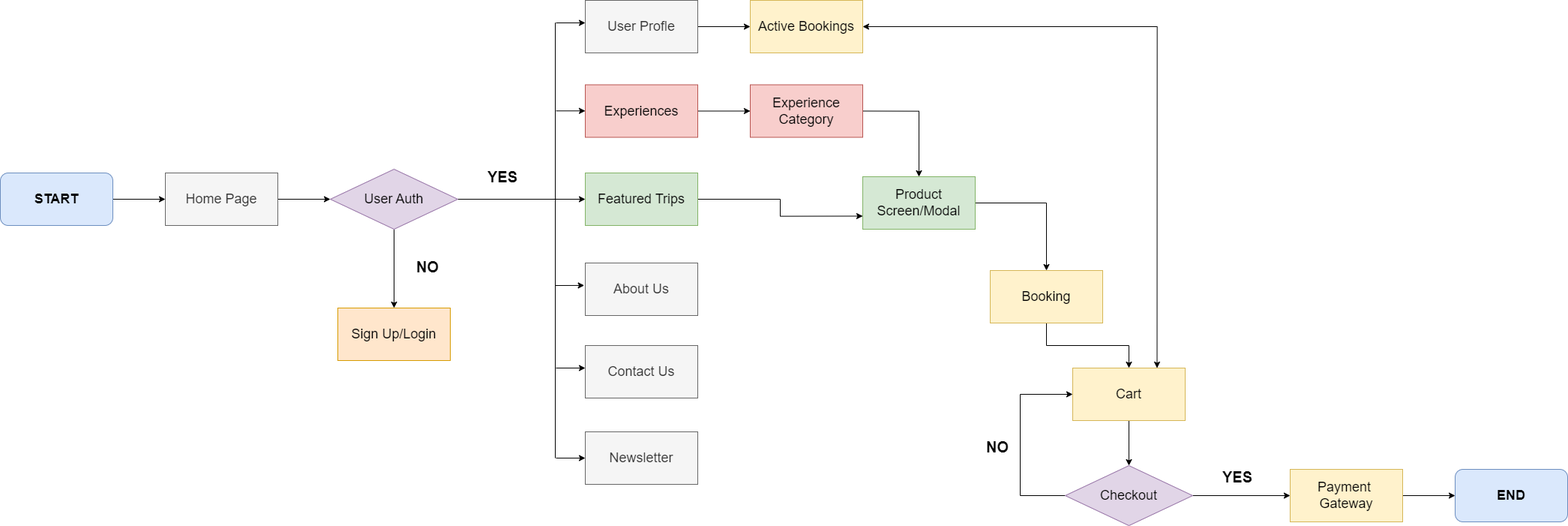
The draw.io diagram img/diagram/SEAGoWhere_Userflow.drawio.png in Rushifx/SEAgowhere, before a commit. Source tidied: cells renumbered, new cells last; positions are measured from the earlier drawing's top-left corner, leaving out a move shared by most shapes.
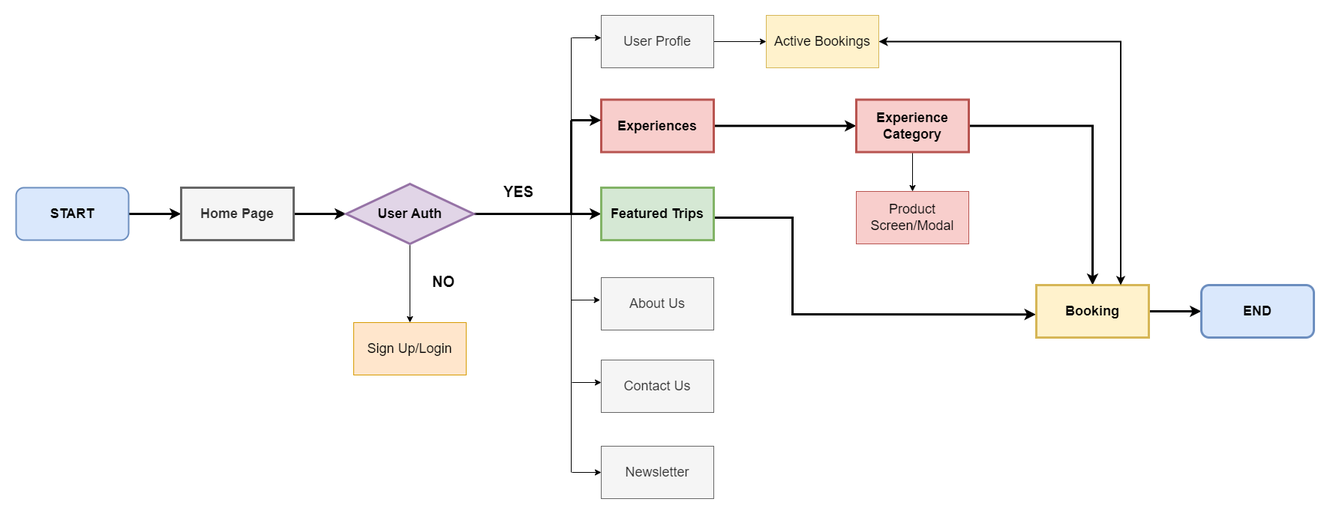
Above is the later version.

What changed in the source:
```diff
@@ -2,25 +2,25 @@
   <root>
     <mxCell id="0" />
     <mxCell id="1" parent="0" />
-    <mxCell id="2" style="edgeStyle=orthogonalEdgeStyle;rounded=0;jettySize=auto;html=1;" parent="1" edge="1" source="3" target="5">
+    <mxCell id="2" style="edgeStyle=orthogonalEdgeStyle;rounded=0;jettySize=auto;html=1;strokeWidth=3;" parent="1" edge="1" source="3" target="5">
       <mxGeometry relative="1" as="geometry" />
     </mxCell>
-    <mxCell id="3" value="&lt;font style=&quot;font-size: 18px;&quot;&gt;&lt;b&gt;START&lt;br&gt;&lt;/b&gt;&lt;/font&gt;" style="rounded=1;whiteSpace=wrap;html=1;fillColor=#dae8fc;strokeColor=#6c8ebf;" parent="1" vertex="1">
+    <mxCell id="3" value="&lt;font style=&quot;font-size: 18px;&quot;&gt;&lt;b&gt;START&lt;br&gt;&lt;/b&gt;&lt;/font&gt;" style="rounded=1;whiteSpace=wrap;html=1;fillColor=#dae8fc;strokeColor=#6c8ebf;strokeWidth=2;" parent="1" vertex="1">
       <mxGeometry y="230" width="150" height="70" as="geometry" />
     </mxCell>
-    <mxCell id="4" style="edgeStyle=orthogonalEdgeStyle;rounded=0;jettySize=auto;html=1;entryX=0;entryY=0.5;entryDx=0;entryDy=0;" parent="1" edge="1" source="5" target="8">
+    <mxCell id="4" style="edgeStyle=orthogonalEdgeStyle;rounded=0;jettySize=auto;html=1;entryX=0;entryY=0.5;entryDx=0;entryDy=0;strokeWidth=3;" parent="1" edge="1" source="5" target="8">
       <mxGeometry relative="1" as="geometry" />
     </mxCell>
-    <mxCell id="5" value="&lt;font style=&quot;font-size: 18px;&quot;&gt;Home Page&lt;/font&gt;" style="rounded=0;whiteSpace=wrap;html=1;fillColor=#f5f5f5;fontColor=#333333;strokeColor=#666666;" parent="1" vertex="1">
+    <mxCell id="5" value="&lt;font style=&quot;font-size: 18px;&quot;&gt;&lt;b&gt;Home Page&lt;/b&gt;&lt;/font&gt;" style="rounded=0;whiteSpace=wrap;html=1;fillColor=#f5f5f5;fontColor=#333333;strokeColor=#666666;strokeWidth=3;" parent="1" vertex="1">
       <mxGeometry x="220" y="230" width="150" height="70" as="geometry" />
     </mxCell>
     <mxCell id="6" style="edgeStyle=orthogonalEdgeStyle;rounded=0;jettySize=auto;html=1;" parent="1" edge="1" source="8" target="9">
       <mxGeometry relative="1" as="geometry" />
     </mxCell>
-    <mxCell id="7" style="edgeStyle=orthogonalEdgeStyle;rounded=0;jettySize=auto;html=1;" parent="1" edge="1" source="8" target="14">
+    <mxCell id="7" style="edgeStyle=orthogonalEdgeStyle;rounded=0;jettySize=auto;html=1;strokeWidth=3;" parent="1" edge="1" source="8" target="14">
       <mxGeometry relative="1" as="geometry" />
     </mxCell>
-    <mxCell id="8" value="&lt;font style=&quot;font-size: 18px;&quot;&gt;User Auth&lt;/font&gt;" style="rhombus;whiteSpace=wrap;html=1;fillColor=#e1d5e7;strokeColor=#9673a6;" parent="1" vertex="1">
+    <mxCell id="8" value="&lt;font style=&quot;font-size: 18px;&quot;&gt;&lt;b&gt;User Auth&lt;/b&gt;&lt;/font&gt;" style="rhombus;whiteSpace=wrap;html=1;fillColor=#e1d5e7;strokeColor=#9673a6;strokeWidth=3;" parent="1" vertex="1">
       <mxGeometry x="440" y="225" width="170" height="80" as="geometry" />
     </mxCell>
     <mxCell id="9" value="&lt;font style=&quot;font-size: 18px;&quot;&gt;Sign Up/Login&lt;/font&gt;" style="rounded=0;whiteSpace=wrap;html=1;fillColor=#ffe6cc;strokeColor=#d79b00;" parent="1" vertex="1">
@@ -29,16 +29,22 @@
     <mxCell id="10" value="&lt;font size=&quot;1&quot; style=&quot;&quot;&gt;&lt;b style=&quot;font-size: 20px;&quot;&gt;NO&lt;/b&gt;&lt;/font&gt;" style="text;html=1;align=center;verticalAlign=middle;whiteSpace=wrap;rounded=0;" parent="1" vertex="1">
       <mxGeometry x="540" y="340" width="60" height="30" as="geometry" />
     </mxCell>
-    <mxCell id="11" style="edgeStyle=orthogonalEdgeStyle;rounded=0;jettySize=auto;html=1;" parent="1" edge="1" source="12" target="18">
+    <mxCell id="11" style="edgeStyle=orthogonalEdgeStyle;rounded=0;jettySize=auto;html=1;strokeWidth=3;" parent="1" edge="1" source="12" target="18">
       <mxGeometry relative="1" as="geometry" />
     </mxCell>
-    <mxCell id="12" value="&lt;span style=&quot;font-size: 18px;&quot;&gt;Experiences&lt;/span&gt;" style="rounded=0;whiteSpace=wrap;html=1;fillColor=#f8cecc;strokeColor=#b85450;" parent="1" vertex="1">
+    <mxCell id="12" value="&lt;span style=&quot;font-size: 18px;&quot;&gt;&lt;b&gt;Experiences&lt;/b&gt;&lt;/span&gt;" style="rounded=0;whiteSpace=wrap;html=1;fillColor=#f8cecc;strokeColor=#b85450;strokeWidth=3;" parent="1" vertex="1">
       <mxGeometry x="780" y="112.5" width="150" height="70" as="geometry" />
     </mxCell>
-    <mxCell id="13" style="edgeStyle=orthogonalEdgeStyle;rounded=0;jettySize=auto;html=1;exitX=1;exitY=0.5;exitDx=0;exitDy=0;entryX=0;entryY=0.75;entryDx=0;entryDy=0;" parent="1" edge="1" source="14" target="23">
-      <mxGeometry relative="1" as="geometry" />
-    </mxCell>
+    <mxCell id="46" style="edgeStyle=orthogonalEdgeStyle;rounded=0;jettySize=auto;html=1;entryX=-0.004;entryY=0.559;entryDx=0;entryDy=0;entryPerimeter=0;strokeWidth=3;" parent="1" edge="1" target="28">
+      <mxGeometry relative="1" as="geometry">
+        <mxPoint x="915" y="270" as="sourcePoint" />
+        <Array as="points">
+          <mxPoint x="1035" y="270" />
+          <mxPoint x="1035" y="399" />
+        </Array>
+      </mxGeometry>
+    </mxCell>
-    <mxCell id="14" value="&lt;span style=&quot;font-size: 18px;&quot;&gt;Featured Trips&lt;/span&gt;" style="rounded=0;whiteSpace=wrap;html=1;fillColor=#d5e8d4;strokeColor=#82b366;" parent="1" vertex="1">
+    <mxCell id="14" value="&lt;span style=&quot;font-size: 18px;&quot;&gt;&lt;b&gt;Featured Trips&lt;/b&gt;&lt;/span&gt;" style="rounded=0;whiteSpace=wrap;html=1;fillColor=#d5e8d4;strokeColor=#82b366;strokeWidth=3;" parent="1" vertex="1">
       <mxGeometry x="780" y="230" width="150" height="70" as="geometry" />
     </mxCell>
     <mxCell id="15" style="edgeStyle=orthogonalEdgeStyle;rounded=0;jettySize=auto;html=1;" parent="1" edge="1" source="16" target="37">
@@ -47,26 +53,17 @@
     <mxCell id="16" value="&lt;span style=&quot;font-size: 18px;&quot;&gt;User Profle&lt;/span&gt;" style="rounded=0;whiteSpace=wrap;html=1;fillColor=#f5f5f5;fontColor=#333333;strokeColor=#666666;" parent="1" vertex="1">
       <mxGeometry x="780" width="150" height="70" as="geometry" />
     </mxCell>
-    <mxCell id="17" style="edgeStyle=orthogonalEdgeStyle;rounded=0;jettySize=auto;html=1;exitX=1;exitY=0.5;exitDx=0;exitDy=0;entryX=0.5;entryY=0;entryDx=0;entryDy=0;" parent="1" edge="1" source="18" target="23">
+    <mxCell id="17" style="edgeStyle=orthogonalEdgeStyle;rounded=0;jettySize=auto;html=1;" parent="1" edge="1" source="18" target="23">
       <mxGeometry relative="1" as="geometry" />
     </mxCell>
+    <mxCell id="47" style="edgeStyle=orthogonalEdgeStyle;rounded=0;jettySize=auto;html=1;entryX=0.5;entryY=0;entryDx=0;entryDy=0;strokeWidth=3;" parent="1" edge="1" source="18" target="28">
+      <mxGeometry relative="1" as="geometry" />
+    </mxCell>
-    <mxCell id="18" value="&lt;span style=&quot;font-size: 18px;&quot;&gt;Experience Category&lt;/span&gt;" style="rounded=0;whiteSpace=wrap;html=1;fillColor=#f8cecc;strokeColor=#b85450;" parent="1" vertex="1">
-      <mxGeometry x="1000" y="112.5" width="150" height="70" as="geometry" />
+    <mxCell id="18" value="&lt;span style=&quot;font-size: 18px;&quot;&gt;&lt;b&gt;Experience Category&lt;/b&gt;&lt;/span&gt;" style="rounded=0;whiteSpace=wrap;html=1;fillColor=#f8cecc;strokeColor=#b85450;strokeWidth=3;" parent="1" vertex="1">
+      <mxGeometry x="1120" y="112.5" width="150" height="70" as="geometry" />
     </mxCell>
-    <mxCell id="19" style="edgeStyle=orthogonalEdgeStyle;rounded=0;jettySize=auto;html=1;" parent="1" edge="1" source="21" target="31">
-      <mxGeometry relative="1" as="geometry" />
-    </mxCell>
-    <mxCell id="20" style="edgeStyle=orthogonalEdgeStyle;rounded=0;jettySize=auto;html=1;exitX=0.75;exitY=0;exitDx=0;exitDy=0;entryX=1;entryY=0.5;entryDx=0;entryDy=0;startArrow=classic;startFill=1;" parent="1" edge="1" source="21" target="37">
-      <mxGeometry relative="1" as="geometry" />
-    </mxCell>
-    <mxCell id="21" value="&lt;span style=&quot;font-size: 18px;&quot;&gt;Cart&lt;/span&gt;" style="rounded=0;whiteSpace=wrap;html=1;fillColor=#fff2cc;strokeColor=#d6b656;" parent="1" vertex="1">
-      <mxGeometry x="1430" y="490" width="150" height="70" as="geometry" />
-    </mxCell>
-    <mxCell id="22" style="edgeStyle=orthogonalEdgeStyle;rounded=0;jettySize=auto;html=1;exitX=1;exitY=0.5;exitDx=0;exitDy=0;entryX=0.5;entryY=0;entryDx=0;entryDy=0;" parent="1" edge="1" source="23" target="28">
-      <mxGeometry relative="1" as="geometry" />
-    </mxCell>
-    <mxCell id="23" value="&lt;span style=&quot;font-size: 18px;&quot;&gt;Product Screen/Modal&lt;/span&gt;" style="rounded=0;whiteSpace=wrap;html=1;fillColor=#d5e8d4;strokeColor=#82b366;" parent="1" vertex="1">
-      <mxGeometry x="1150" y="235" width="150" height="70" as="geometry" />
+    <mxCell id="23" value="&lt;span style=&quot;font-size: 18px;&quot;&gt;Product Screen/Modal&lt;/span&gt;" style="rounded=0;whiteSpace=wrap;html=1;fillColor=#f8cecc;strokeColor=#b85450;" parent="1" vertex="1">
+      <mxGeometry x="1120" y="235" width="150" height="70" as="geometry" />
     </mxCell>
     <mxCell id="24" value="&lt;span style=&quot;font-size: 18px;&quot;&gt;Newsletter&lt;/span&gt;" style="rounded=0;whiteSpace=wrap;html=1;fillColor=#f5f5f5;fontColor=#333333;strokeColor=#666666;" parent="1" vertex="1">
       <mxGeometry x="780" y="575" width="150" height="70" as="geometry" />
@@ -77,41 +74,18 @@
     <mxCell id="26" value="&lt;span style=&quot;font-size: 18px;&quot;&gt;Contact Us&lt;/span&gt;" style="rounded=0;whiteSpace=wrap;html=1;fillColor=#f5f5f5;fontColor=#333333;strokeColor=#666666;" parent="1" vertex="1">
       <mxGeometry x="780" y="460" width="150" height="70" as="geometry" />
     </mxCell>
-    <mxCell id="27" style="edgeStyle=orthogonalEdgeStyle;rounded=0;jettySize=auto;html=1;exitX=0.5;exitY=1;exitDx=0;exitDy=0;entryX=0.5;entryY=0;entryDx=0;entryDy=0;" parent="1" edge="1" source="28" target="21">
-      <mxGeometry relative="1" as="geometry" />
-    </mxCell>
+    <mxCell id="48" style="edgeStyle=orthogonalEdgeStyle;rounded=0;jettySize=auto;html=1;strokeWidth=3;" parent="1" edge="1" source="28" target="36">
+      <mxGeometry relative="1" as="geometry" />
+    </mxCell>
-    <mxCell id="28" value="&lt;span style=&quot;font-size: 18px;&quot;&gt;Booking&lt;/span&gt;" style="rounded=0;whiteSpace=wrap;html=1;fillColor=#fff2cc;strokeColor=#d6b656;" parent="1" vertex="1">
-      <mxGeometry x="1320" y="360" width="150" height="70" as="geometry" />
+    <mxCell id="28" value="&lt;span style=&quot;font-size: 18px;&quot;&gt;&lt;b&gt;Booking&lt;/b&gt;&lt;/span&gt;" style="rounded=0;whiteSpace=wrap;html=1;fillColor=#fff2cc;strokeColor=#d6b656;strokeWidth=3;" parent="1" vertex="1">
+      <mxGeometry x="1360" y="360" width="150" height="70" as="geometry" />
     </mxCell>
-    <mxCell id="29" style="edgeStyle=orthogonalEdgeStyle;rounded=0;jettySize=auto;html=1;" parent="1" edge="1" source="31" target="33">
-      <mxGeometry relative="1" as="geometry" />
-    </mxCell>
-    <mxCell id="30" style="edgeStyle=orthogonalEdgeStyle;rounded=0;jettySize=auto;html=1;entryX=0;entryY=0.5;entryDx=0;entryDy=0;" parent="1" edge="1" source="31" target="21">
-      <mxGeometry relative="1" as="geometry">
-        <Array as="points">
-          <mxPoint x="1360" y="660" />
-          <mxPoint x="1360" y="525" />
-        </Array>
-      </mxGeometry>
-    </mxCell>
-    <mxCell id="31" value="&lt;font style=&quot;font-size: 18px;&quot;&gt;Checkout&lt;/font&gt;" style="rhombus;whiteSpace=wrap;html=1;fillColor=#e1d5e7;strokeColor=#9673a6;" parent="1" vertex="1">
-      <mxGeometry x="1420" y="620" width="170" height="80" as="geometry" />
-    </mxCell>
-    <mxCell id="32" style="edgeStyle=orthogonalEdgeStyle;rounded=0;jettySize=auto;html=1;" parent="1" edge="1" source="33" target="36">
-      <mxGeometry relative="1" as="geometry" />
-    </mxCell>
-    <mxCell id="33" value="&lt;span style=&quot;font-size: 18px;&quot;&gt;Payment&amp;nbsp;&lt;/span&gt;&lt;div&gt;&lt;span style=&quot;font-size: 18px;&quot;&gt;Gateway&lt;/span&gt;&lt;/div&gt;" style="rounded=0;whiteSpace=wrap;html=1;fillColor=#fff2cc;strokeColor=#d6b656;" parent="1" vertex="1">
-      <mxGeometry x="1720" y="625" width="150" height="70" as="geometry" />
-    </mxCell>
-    <mxCell id="34" value="&lt;font size=&quot;1&quot; style=&quot;&quot;&gt;&lt;b style=&quot;font-size: 20px;&quot;&gt;NO&lt;/b&gt;&lt;/font&gt;" style="text;html=1;align=center;verticalAlign=middle;whiteSpace=wrap;rounded=0;" parent="1" vertex="1">
-      <mxGeometry x="1300" y="580" width="60" height="30" as="geometry" />
-    </mxCell>
-    <mxCell id="35" value="&lt;font size=&quot;1&quot; style=&quot;&quot;&gt;&lt;b style=&quot;font-size: 20px;&quot;&gt;YES&lt;/b&gt;&lt;/font&gt;" style="text;html=1;align=center;verticalAlign=middle;whiteSpace=wrap;rounded=0;" parent="1" vertex="1">
-      <mxGeometry x="1620" y="620" width="60" height="30" as="geometry" />
-    </mxCell>
-    <mxCell id="36" value="&lt;font style=&quot;font-size: 18px;&quot;&gt;&lt;b&gt;END&lt;br&gt;&lt;/b&gt;&lt;/font&gt;" style="rounded=1;whiteSpace=wrap;html=1;fillColor=#dae8fc;strokeColor=#6c8ebf;" parent="1" vertex="1">
-      <mxGeometry x="1940" y="625" width="150" height="70" as="geometry" />
+    <mxCell id="36" value="&lt;font style=&quot;font-size: 18px;&quot;&gt;&lt;b&gt;END&lt;br&gt;&lt;/b&gt;&lt;/font&gt;" style="rounded=1;whiteSpace=wrap;html=1;fillColor=#dae8fc;strokeColor=#6c8ebf;strokeWidth=3;" parent="1" vertex="1">
+      <mxGeometry x="1580" y="360" width="150" height="70" as="geometry" />
     </mxCell>
+    <mxCell id="49" style="edgeStyle=orthogonalEdgeStyle;rounded=0;jettySize=auto;html=1;exitX=1;exitY=0.5;exitDx=0;exitDy=0;entryX=0.75;entryY=0;entryDx=0;entryDy=0;startArrow=classic;startFill=1;strokeWidth=2;" parent="1" edge="1" source="37" target="28">
+      <mxGeometry relative="1" as="geometry" />
+    </mxCell>
     <mxCell id="37" value="&lt;span style=&quot;font-size: 18px;&quot;&gt;Active Bookings&lt;/span&gt;" style="rounded=0;whiteSpace=wrap;html=1;fillColor=#fff2cc;strokeColor=#d6b656;" parent="1" vertex="1">
       <mxGeometry x="1000" width="150" height="70" as="geometry" />
     </mxCell>
@@ -144,10 +118,10 @@
         <mxPoint x="780" y="610" as="targetPoint" />
       </mxGeometry>
     </mxCell>
-    <mxCell id="43" style="endArrow=classic;html=1;rounded=0;entryX=-0.009;entryY=0.427;entryDx=0;entryDy=0;entryPerimeter=0;" parent="1" edge="1">
+    <mxCell id="43" style="endArrow=classic;html=1;rounded=0;entryX=-0.009;entryY=0.427;entryDx=0;entryDy=0;entryPerimeter=0;strokeWidth=3;" parent="1" edge="1">
       <mxGeometry relative="1" as="geometry">
-        <mxPoint x="741" y="147.3" as="sourcePoint" />
-        <mxPoint x="780" y="147.3" as="targetPoint" />
+        <mxPoint x="740" y="140" as="sourcePoint" />
+        <mxPoint x="780" y="140" as="targetPoint" />
       </mxGeometry>
     </mxCell>
     <mxCell id="44" style="endArrow=classic;html=1;rounded=0;entryX=-0.009;entryY=0.427;entryDx=0;entryDy=0;entryPerimeter=0;" parent="1" edge="1">
@@ -159,5 +133,11 @@
     <mxCell id="45" value="&lt;font size=&quot;1&quot; style=&quot;&quot;&gt;&lt;b style=&quot;font-size: 20px;&quot;&gt;YES&lt;/b&gt;&lt;/font&gt;" style="text;html=1;align=center;verticalAlign=middle;whiteSpace=wrap;rounded=0;" parent="1" vertex="1">
       <mxGeometry x="640" y="220" width="60" height="30" as="geometry" />
     </mxCell>
+    <mxCell id="50" style="endArrow=none;html=1;rounded=0;strokeWidth=3;" parent="1" edge="1">
+      <mxGeometry relative="1" as="geometry">
+        <mxPoint x="740" y="264" as="sourcePoint" />
+        <mxPoint x="740" y="140" as="targetPoint" />
+      </mxGeometry>
+    </mxCell>
   </root>
 </mxGraphModel>
```
